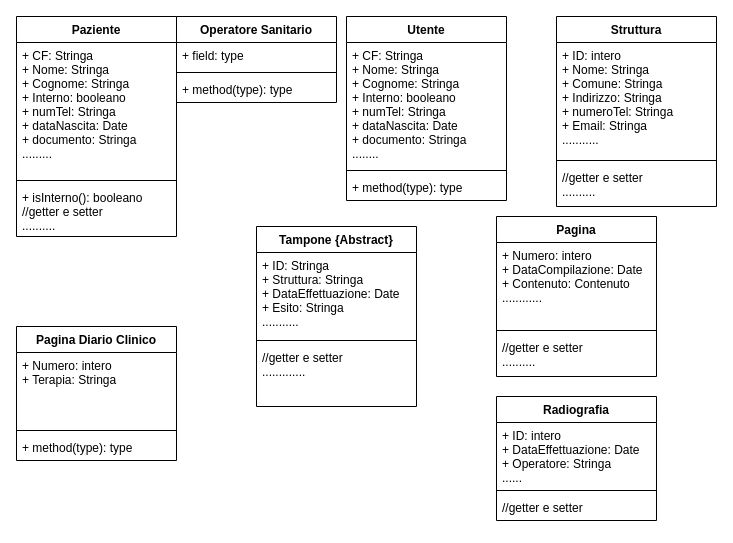
The draw.io diagram Diagrammi/Class Diagram.drawio in lorycris99/Team-HILO, before the edit. Source tidied: cells renumbered, new cells numbered last; positions are measured from the earlier drawing's top-left corner, leaving out a move shared by most shapes. Both pictures are drawn from the tidied source at 100%, with x=0, y=0 at pixel (16, 16).
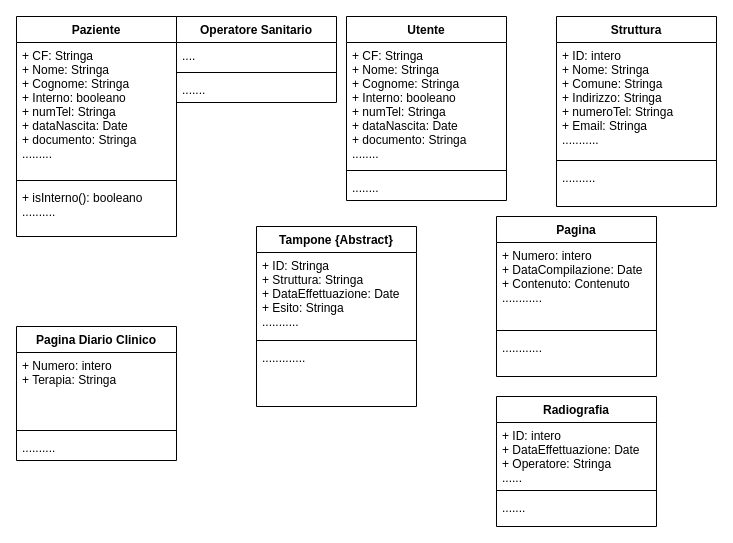
The same diagram, later.

Commit message:
Tolti getter e setter

Bisogna mettere inserire solo metodi non banali

The change refers to these unchanged cells:
```xml
<mxCell id="2" value="Paziente" style="swimlane;fontStyle=1;align=center;verticalAlign=top;horizontal=1;startSize=26;" parent="1" vertex="1">
  <mxGeometry width="160" height="220" as="geometry" />
</mxCell>
<mxCell id="6" value="Struttura" style="swimlane;fontStyle=1;align=center;verticalAlign=top;horizontal=1;startSize=26;" parent="1" vertex="1">
  <mxGeometry x="540" width="160" height="190" as="geometry" />
</mxCell>
<mxCell id="10" value="Operatore Sanitario" style="swimlane;fontStyle=1;align=center;verticalAlign=top;horizontal=1;startSize=26;" parent="1" vertex="1">
  <mxGeometry x="160" width="160" height="86" as="geometry" />
</mxCell>
<mxCell id="14" value="Tampone {Abstract}" style="swimlane;fontStyle=1;align=center;verticalAlign=top;horizontal=1;startSize=26;" parent="1" vertex="1">
  <mxGeometry x="240" y="210" width="160" height="180" as="geometry" />
</mxCell>
<mxCell id="18" value="Pagina" style="swimlane;fontStyle=1;align=center;verticalAlign=top;horizontal=1;startSize=26;" parent="1" vertex="1">
  <mxGeometry x="480" y="200" width="160" height="160" as="geometry" />
</mxCell>
<mxCell id="22" value="Pagina Diario Clinico" style="swimlane;fontStyle=1;align=center;verticalAlign=top;horizontal=1;startSize=26;" parent="1" vertex="1">
  <mxGeometry y="310" width="160" height="134" as="geometry" />
</mxCell>
<mxCell id="30" value="Utente" style="swimlane;fontStyle=1;align=center;verticalAlign=top;horizontal=1;startSize=26;" parent="1" vertex="1">
  <mxGeometry x="330" width="160" height="184" as="geometry" />
</mxCell>
```

The edit, as a diff of the source:
```diff
@@
-    <mxCell id="5" value="+ isInterno(): booleano&#10;//getter e setter&#10;.........." style="text;strokeColor=none;fillColor=none;align=left;verticalAlign=top;spacingLeft=4;spacingRight=4;overflow=hidden;" parent="2" vertex="1">
+    <mxCell id="5" value="+ isInterno(): booleano&#10;.........." style="text;strokeColor=none;fillColor=none;align=left;verticalAlign=top;spacingLeft=4;spacingRight=4;overflow=hidden;" parent="2" vertex="1">
       <mxGeometry y="168" width="160" height="52" as="geometry" />
     </mxCell>
@@
-    <mxCell id="9" value="//getter e setter&#10;.........." style="text;strokeColor=none;fillColor=none;align=left;verticalAlign=top;spacingLeft=4;spacingRight=4;overflow=hidden;" parent="6" vertex="1">
+    <mxCell id="9" value=".........." style="text;strokeColor=none;fillColor=none;align=left;verticalAlign=top;spacingLeft=4;spacingRight=4;overflow=hidden;" parent="6" vertex="1">
       <mxGeometry y="148" width="160" height="42" as="geometry" />
     </mxCell>
@@
-    <mxCell id="11" value="+ field: type" style="text;strokeColor=none;fillColor=none;align=left;verticalAlign=top;spacingLeft=4;spacingRight=4;overflow=hidden;" parent="10" vertex="1">
+    <mxCell id="11" value="...." style="text;strokeColor=none;fillColor=none;align=left;verticalAlign=top;spacingLeft=4;spacingRight=4;overflow=hidden;" parent="10" vertex="1">
       <mxGeometry y="26" width="160" height="26" as="geometry" />
     </mxCell>
@@
-    <mxCell id="13" value="+ method(type): type" style="text;strokeColor=none;fillColor=none;align=left;verticalAlign=top;spacingLeft=4;spacingRight=4;overflow=hidden;" parent="10" vertex="1">
+    <mxCell id="13" value="......." style="text;strokeColor=none;fillColor=none;align=left;verticalAlign=top;spacingLeft=4;spacingRight=4;overflow=hidden;" parent="10" vertex="1">
       <mxGeometry y="60" width="160" height="26" as="geometry" />
     </mxCell>
@@
-    <mxCell id="17" value="//getter e setter&#10;.............&#10;" style="text;strokeColor=none;fillColor=none;align=left;verticalAlign=top;spacingLeft=4;spacingRight=4;overflow=hidden;" parent="14" vertex="1">
+    <mxCell id="17" value=".............&#10;" style="text;strokeColor=none;fillColor=none;align=left;verticalAlign=top;spacingLeft=4;spacingRight=4;overflow=hidden;" parent="14" vertex="1">
       <mxGeometry y="118" width="160" height="62" as="geometry" />
     </mxCell>
@@
-    <mxCell id="21" value="//getter e setter&#10;.........." style="text;strokeColor=none;fillColor=none;align=left;verticalAlign=top;spacingLeft=4;spacingRight=4;overflow=hidden;" parent="18" vertex="1">
+    <mxCell id="21" value="............" style="text;strokeColor=none;fillColor=none;align=left;verticalAlign=top;spacingLeft=4;spacingRight=4;overflow=hidden;" parent="18" vertex="1">
       <mxGeometry y="118" width="160" height="42" as="geometry" />
     </mxCell>
@@
-    <mxCell id="25" value="+ method(type): type" style="text;strokeColor=none;fillColor=none;align=left;verticalAlign=top;spacingLeft=4;spacingRight=4;overflow=hidden;" parent="22" vertex="1">
+    <mxCell id="25" value=".........." style="text;strokeColor=none;fillColor=none;align=left;verticalAlign=top;spacingLeft=4;spacingRight=4;overflow=hidden;" parent="22" vertex="1">
       <mxGeometry y="108" width="160" height="26" as="geometry" />
     </mxCell>
     <mxCell id="26" value="Radiografia" style="swimlane;fontStyle=1;align=center;verticalAlign=top;horizontal=1;startSize=26;" parent="1" vertex="1">
-      <mxGeometry x="480" y="380" width="160" height="124" as="geometry" />
+      <mxGeometry x="480" y="380" width="160" height="130" as="geometry" />
     </mxCell>
@@
-    <mxCell id="29" value="//getter e setter" style="text;strokeColor=none;fillColor=none;align=left;verticalAlign=top;spacingLeft=4;spacingRight=4;overflow=hidden;" parent="26" vertex="1">
-      <mxGeometry y="98" width="160" height="26" as="geometry" />
+    <mxCell id="29" value="......." style="text;strokeColor=none;fillColor=none;align=left;verticalAlign=top;spacingLeft=4;spacingRight=4;overflow=hidden;" parent="26" vertex="1">
+      <mxGeometry y="98" width="160" height="32" as="geometry" />
     </mxCell>
@@
-    <mxCell id="33" value="+ method(type): type" style="text;strokeColor=none;fillColor=none;align=left;verticalAlign=top;spacingLeft=4;spacingRight=4;overflow=hidden;" parent="30" vertex="1">
+    <mxCell id="33" value="........" style="text;strokeColor=none;fillColor=none;align=left;verticalAlign=top;spacingLeft=4;spacingRight=4;overflow=hidden;" parent="30" vertex="1">
       <mxGeometry y="158" width="160" height="26" as="geometry" />
     </mxCell>
```
